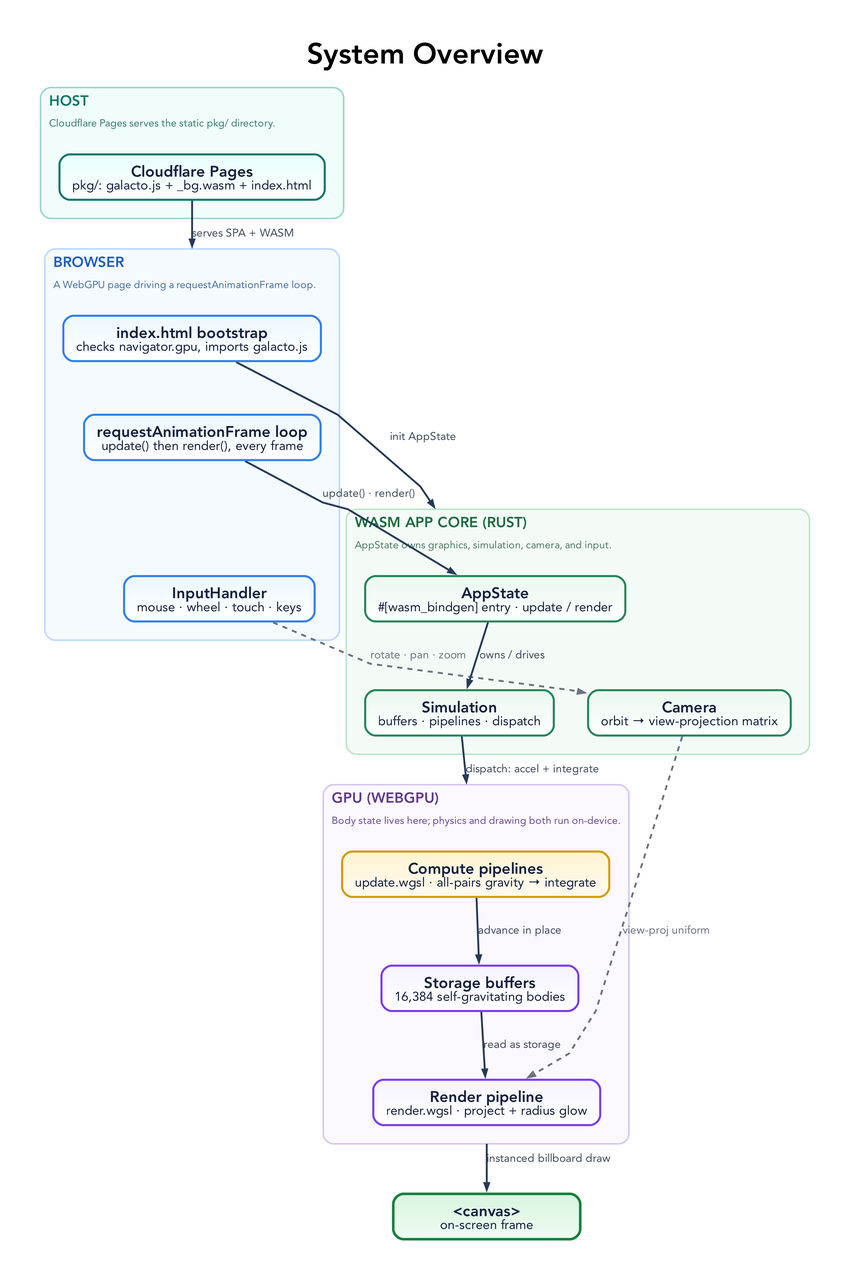
Earlier version of the Graphviz export docs/diagrams/system-overview.png (tre-systems/galacto). Its source is kept beside it as docs/diagrams/system-overview.dot.
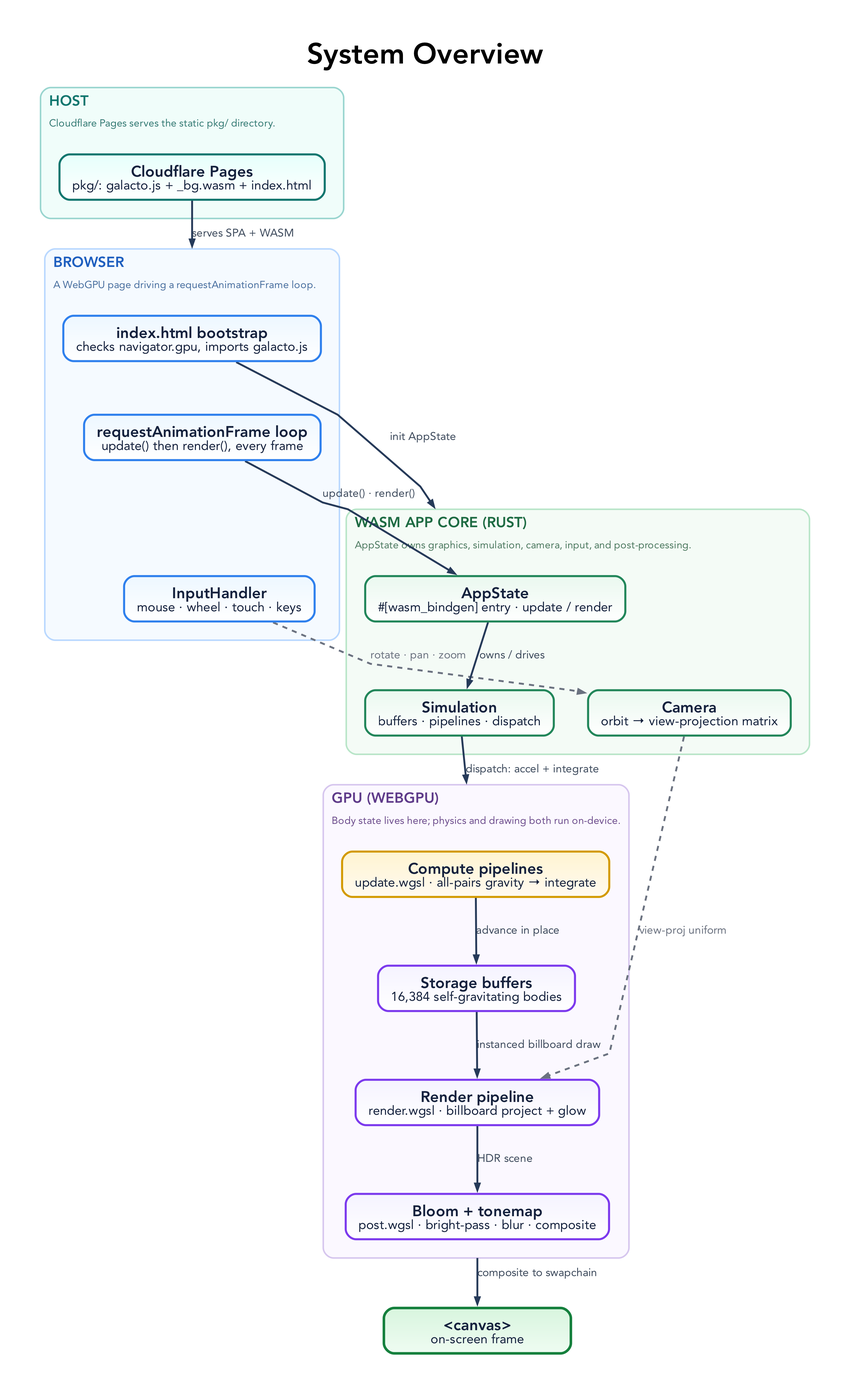
The same diagram one commit later.

Commit message:
docs(diagrams): add GPU-buffers diagram; fix system-overview + frame-loop

The edit, as a diff of the source:
```diff
@@ -82,7 +82,7 @@
       label=<
         <TABLE BORDER="0" CELLBORDER="0" CELLSPACING="0" CELLPADDING="2">
           <TR><TD ALIGN="LEFT"><FONT POINT-SIZE="17" COLOR="#1e6b43"><B>WASM APP CORE (RUST)</B></FONT></TD></TR>
-          <TR><TD ALIGN="LEFT"><FONT POINT-SIZE="12" COLOR="#4e7a61">AppState owns graphics, simulation, camera, and input.</FONT></TD></TR>
+          <TR><TD ALIGN="LEFT"><FONT POINT-SIZE="12" COLOR="#4e7a61">AppState owns graphics, simulation, camera, input, and post-processing.</FONT></TD></TR>
         </TABLE>
       >,
       labelloc=t, labeljust=l,
@@ -107,7 +107,8 @@
     ];
     G1 [label=<<B>Compute pipelines</B><BR/><FONT POINT-SIZE="15">update.wgsl · all-pairs gravity → integrate</FONT>>, fillcolor="#fff4d1:#fffaf0", color="#d39a00"];
     G2 [label=<<B>Storage buffers</B><BR/><FONT POINT-SIZE="15">16,384 self-gravitating bodies</FONT>>, fillcolor="#f5f3ff:#ffffff", color="#7c3aed"];
-    G3 [label=<<B>Render pipeline</B><BR/><FONT POINT-SIZE="15">render.wgsl · project + radius glow</FONT>>, fillcolor="#f5f3ff:#ffffff", color="#7c3aed"];
+    G3 [label=<<B>Render pipeline</B><BR/><FONT POINT-SIZE="15">render.wgsl · billboard project + glow</FONT>>, fillcolor="#f5f3ff:#ffffff", color="#7c3aed"];
+    G4 [label=<<B>Bloom + tonemap</B><BR/><FONT POINT-SIZE="15">post.wgsl · bright-pass · blur · composite</FONT>>, fillcolor="#f5f3ff:#ffffff", color="#7c3aed"];
   }
 
   CANVAS [label=<<B>&lt;canvas&gt;</B><BR/><FONT POINT-SIZE="15">on-screen frame</FONT>>, fillcolor="#d8f5de:#effcf2", color="#15803d", penwidth=3.0];
@@ -122,8 +123,9 @@
   C3 -> G1 [lhead=cluster_gpu, label="dispatch: accel + integrate"];
 
   G1 -> G2 [label="advance in place"];
-  G2 -> G3 [label="read as storage"];
+  G2 -> G3 [label="instanced billboard draw"];
   C2 -> G3 [label="view-proj uniform", color="#6b7280", fontcolor="#6b7280", style=dashed];
+  G3 -> G4 [label="HDR scene"];
 
-  G3 -> CANVAS [ltail=cluster_gpu, label="instanced billboard draw"];
+  G4 -> CANVAS [ltail=cluster_gpu, label="composite to swapchain"];
 }
```
